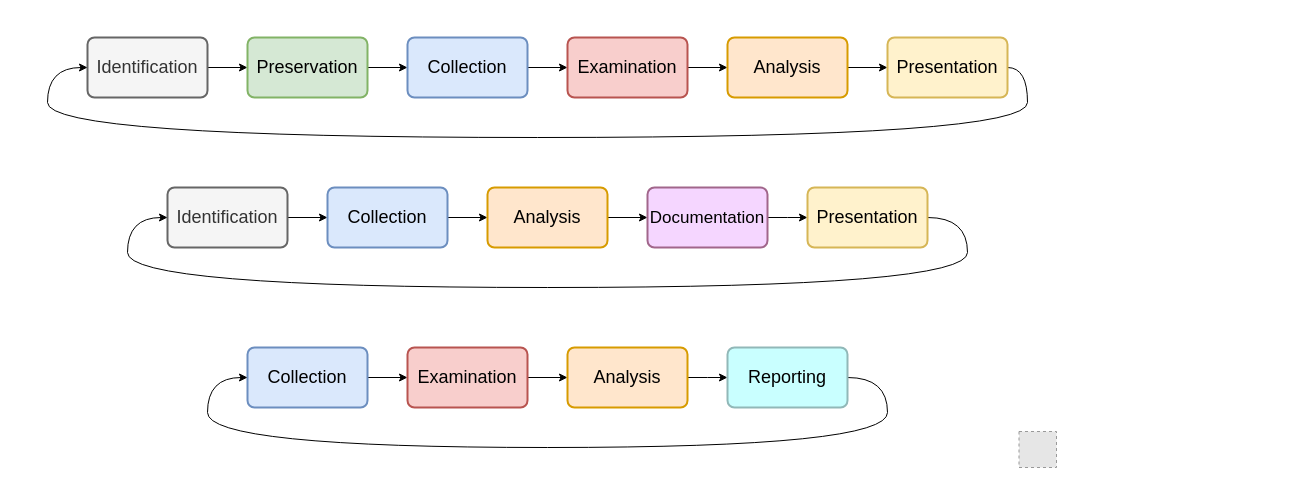
qeeqbox/digital-forensics keeps this draw.io diagram as digital-forensics.drawio. Above is the earlier version. Source tidied: cells renumbered, new cells numbered last; positions are measured from the earlier drawing's top-left corner, leaving out a move shared by most shapes. Both pictures are drawn from the tidied source at 100%, with x=0, y=0 at pixel (18, 17). Pictures stored in the file or linked from it are replaced by grey dashed boxes.
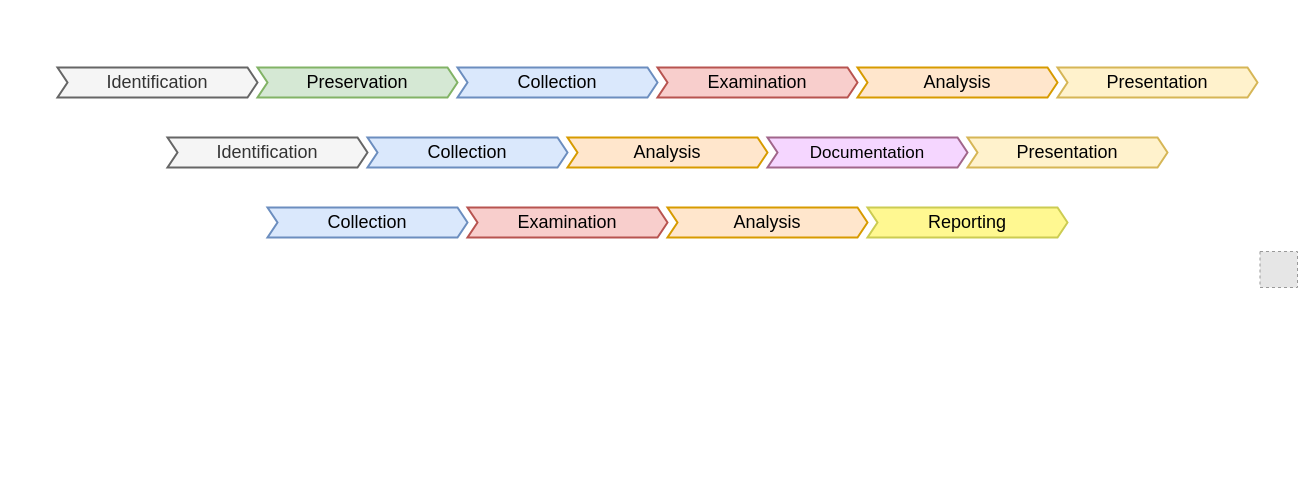
The same diagram, later.

Change to the diagram source:
```diff
@@
     <mxCell id="2" style="rounded=0;whiteSpace=wrap;html=1;fontSize=17;strokeColor=none;fillColor=#FFFFFF;" parent="1" vertex="1">
-      <mxGeometry width="1038" height="450" as="geometry" />
+      <mxGeometry x="-1" width="1280" height="270" as="geometry" />
     </mxCell>
-    <mxCell id="3" style="edgeStyle=orthogonalEdgeStyle;rounded=0;jettySize=auto;html=1;exitX=1;exitY=0.5;exitDx=0;exitDy=0;fontSize=18;entryX=0;entryY=0.5;entryDx=0;entryDy=0;" parent="1" edge="1" source="4" target="6">
-      <mxGeometry relative="1" as="geometry" />
-    </mxCell>
-    <mxCell id="4" value="Identification" style="rounded=1;whiteSpace=wrap;html=1;absoluteArcSize=1;arcSize=14;strokeWidth=2;fillColor=#f5f5f5;strokeColor=#666666;fontColor=#333333;fontSize=18;" parent="1" vertex="1">
-      <mxGeometry x="69" y="20" width="120" height="60" as="geometry" />
-    </mxCell>
-    <mxCell id="5" style="edgeStyle=orthogonalEdgeStyle;rounded=0;jettySize=auto;html=1;exitX=1;exitY=0.5;exitDx=0;exitDy=0;entryX=0;entryY=0.5;entryDx=0;entryDy=0;fontSize=18;" parent="1" edge="1" source="6" target="8">
-      <mxGeometry relative="1" as="geometry" />
-    </mxCell>
+    <mxCell id="15" style="fillColor=#E6E6E6;strokeColor=#999999;dashed=1;verticalLabelPosition=bottom;labelBackgroundColor=default;verticalAlign=top;" parent="1" vertex="1">
+      <mxGeometry x="1241.5" y="234" width="37.5" height="36" as="geometry" />
+    </mxCell>
+    <mxCell id="34" value="&lt;span style=&quot;color: rgb(51, 51, 51); font-size: 18px;&quot;&gt;Identification&lt;/span&gt;" style="shape=step;perimeter=stepPerimeter;whiteSpace=wrap;html=1;fixedSize=1;size=10;fillColor=#f5f5f5;strokeColor=#666666;fontSize=18;fontColor=#333333;fontStyle=0;align=center;rounded=0;arcSize=14;strokeWidth=2;" parent="1" vertex="1">
+      <mxGeometry x="39" y="50" width="200" height="30" as="geometry" />
+    </mxCell>
-    <mxCell id="6" value="Preservation" style="rounded=1;whiteSpace=wrap;html=1;absoluteArcSize=1;arcSize=14;strokeWidth=2;fillColor=#d5e8d4;strokeColor=#82b366;fontSize=18;" parent="1" vertex="1">
-      <mxGeometry x="229" y="20" width="120" height="60" as="geometry" />
+    <mxCell id="6" value="&lt;span style=&quot;color: rgb(0, 0, 0); font-size: 18px;&quot;&gt;Preservation&lt;/span&gt;" style="shape=step;perimeter=stepPerimeter;whiteSpace=wrap;html=1;fixedSize=1;size=10;fillColor=#d5e8d4;strokeColor=#82b366;fontSize=18;fontColor=default;fontStyle=0;align=center;rounded=0;arcSize=14;strokeWidth=2;" parent="1" vertex="1">
+      <mxGeometry x="239" y="50" width="200" height="30" as="geometry" />
     </mxCell>
-    <mxCell id="7" style="edgeStyle=orthogonalEdgeStyle;rounded=0;jettySize=auto;html=1;exitX=1;exitY=0.5;exitDx=0;exitDy=0;entryX=0;entryY=0.5;entryDx=0;entryDy=0;fontSize=18;" parent="1" edge="1" source="8" target="10">
-      <mxGeometry relative="1" as="geometry" />
-    </mxCell>
-    <mxCell id="8" value="Collection" style="rounded=1;whiteSpace=wrap;html=1;absoluteArcSize=1;arcSize=14;strokeWidth=2;fillColor=#dae8fc;strokeColor=#6c8ebf;fontSize=18;" parent="1" vertex="1">
-      <mxGeometry x="389" y="20" width="120" height="60" as="geometry" />
-    </mxCell>
-    <mxCell id="9" style="edgeStyle=orthogonalEdgeStyle;rounded=0;jettySize=auto;html=1;exitX=1;exitY=0.5;exitDx=0;exitDy=0;entryX=0;entryY=0.5;entryDx=0;entryDy=0;fontSize=18;" parent="1" edge="1" source="10" target="12">
-      <mxGeometry relative="1" as="geometry" />
-    </mxCell>
-    <mxCell id="10" value="Examination" style="rounded=1;whiteSpace=wrap;html=1;absoluteArcSize=1;arcSize=14;strokeWidth=2;fillColor=#f8cecc;strokeColor=#b85450;fontSize=18;" parent="1" vertex="1">
-      <mxGeometry x="549" y="20" width="120" height="60" as="geometry" />
-    </mxCell>
-    <mxCell id="11" style="edgeStyle=orthogonalEdgeStyle;rounded=0;jettySize=auto;html=1;exitX=1;exitY=0.5;exitDx=0;exitDy=0;entryX=0;entryY=0.5;entryDx=0;entryDy=0;fontSize=18;" parent="1" edge="1" source="12" target="14">
-      <mxGeometry relative="1" as="geometry" />
-    </mxCell>
-    <mxCell id="12" value="Analysis" style="rounded=1;whiteSpace=wrap;html=1;absoluteArcSize=1;arcSize=14;strokeWidth=2;fillColor=#ffe6cc;strokeColor=#d79b00;fontSize=18;" parent="1" vertex="1">
-      <mxGeometry x="709" y="20" width="120" height="60" as="geometry" />
-    </mxCell>
-    <mxCell id="13" style="edgeStyle=orthogonalEdgeStyle;jettySize=auto;html=1;exitX=1;exitY=0.5;exitDx=0;exitDy=0;fontSize=18;entryX=0;entryY=0.5;entryDx=0;entryDy=0;curved=1;" parent="1" edge="1" source="14" target="4">
-      <mxGeometry relative="1" as="geometry">
-        <Array as="points">
-          <mxPoint x="1009" y="50" />
-          <mxPoint x="1009" y="120" />
-          <mxPoint x="29" y="120" />
-          <mxPoint x="29" y="50" />
-        </Array>
-      </mxGeometry>
-    </mxCell>
-    <mxCell id="14" value="Presentation" style="rounded=1;whiteSpace=wrap;html=1;absoluteArcSize=1;arcSize=14;strokeWidth=2;fillColor=#fff2cc;strokeColor=#d6b656;fontSize=18;" parent="1" vertex="1">
-      <mxGeometry x="869" y="20" width="120" height="60" as="geometry" />
-    </mxCell>
-    <mxCell id="15" style="fillColor=#E6E6E6;strokeColor=#999999;dashed=1;verticalLabelPosition=bottom;labelBackgroundColor=default;verticalAlign=top;" parent="1" vertex="1">
-      <mxGeometry x="1000.5" y="414" width="37.5" height="36" as="geometry" />
-    </mxCell>
-    <mxCell id="16" style="edgeStyle=orthogonalEdgeStyle;rounded=0;jettySize=auto;html=1;exitX=1;exitY=0.5;exitDx=0;exitDy=0;fontSize=18;entryX=0;entryY=0.5;entryDx=0;entryDy=0;" parent="1" edge="1" source="17" target="19">
-      <mxGeometry relative="1" as="geometry" />
-    </mxCell>
-    <mxCell id="17" value="Identification" style="rounded=1;whiteSpace=wrap;html=1;absoluteArcSize=1;arcSize=14;strokeWidth=2;fillColor=#f5f5f5;strokeColor=#666666;fontColor=#333333;fontSize=18;" parent="1" vertex="1">
-      <mxGeometry x="149" y="170" width="120" height="60" as="geometry" />
-    </mxCell>
-    <mxCell id="18" style="edgeStyle=orthogonalEdgeStyle;rounded=0;jettySize=auto;html=1;exitX=1;exitY=0.5;exitDx=0;exitDy=0;entryX=0;entryY=0.5;entryDx=0;entryDy=0;fontSize=18;" parent="1" edge="1" source="19" target="21">
-      <mxGeometry relative="1" as="geometry" />
-    </mxCell>
-    <mxCell id="19" value="Collection" style="rounded=1;whiteSpace=wrap;html=1;absoluteArcSize=1;arcSize=14;strokeWidth=2;fillColor=#dae8fc;strokeColor=#6c8ebf;fontSize=18;" parent="1" vertex="1">
-      <mxGeometry x="309" y="170" width="120" height="60" as="geometry" />
-    </mxCell>
-    <mxCell id="20" style="edgeStyle=orthogonalEdgeStyle;rounded=0;jettySize=auto;html=1;exitX=1;exitY=0.5;exitDx=0;exitDy=0;entryX=0;entryY=0.5;entryDx=0;entryDy=0;fontSize=18;" parent="1" edge="1" source="21" target="23">
-      <mxGeometry relative="1" as="geometry" />
-    </mxCell>
-    <mxCell id="21" value="Analysis" style="rounded=1;whiteSpace=wrap;html=1;absoluteArcSize=1;arcSize=14;strokeWidth=2;fillColor=#ffe6cc;strokeColor=#d79b00;fontSize=18;" parent="1" vertex="1">
-      <mxGeometry x="469" y="170" width="120" height="60" as="geometry" />
-    </mxCell>
-    <mxCell id="22" style="edgeStyle=orthogonalEdgeStyle;rounded=0;jettySize=auto;html=1;exitX=1;exitY=0.5;exitDx=0;exitDy=0;entryX=0;entryY=0.5;entryDx=0;entryDy=0;fontSize=18;" parent="1" edge="1" source="23">
-      <mxGeometry relative="1" as="geometry">
-        <mxPoint x="789" y="200" as="targetPoint" />
-      </mxGeometry>
-    </mxCell>
+    <mxCell id="35" value="&lt;span style=&quot;color: rgb(0, 0, 0); font-size: 18px;&quot;&gt;Collection&lt;/span&gt;" style="shape=step;perimeter=stepPerimeter;whiteSpace=wrap;html=1;fixedSize=1;size=10;fillColor=#dae8fc;strokeColor=#6c8ebf;fontSize=18;fontColor=default;fontStyle=0;align=center;rounded=0;arcSize=14;strokeWidth=2;" parent="1" vertex="1">
+      <mxGeometry x="439" y="50" width="200" height="30" as="geometry" />
+    </mxCell>
+    <mxCell id="36" value="&lt;span style=&quot;color: rgb(0, 0, 0); font-size: 18px;&quot;&gt;Examination&lt;/span&gt;" style="shape=step;perimeter=stepPerimeter;whiteSpace=wrap;html=1;fixedSize=1;size=10;fillColor=#f8cecc;strokeColor=#b85450;fontSize=18;fontColor=default;fontStyle=0;align=center;rounded=0;arcSize=14;strokeWidth=2;" parent="1" vertex="1">
+      <mxGeometry x="639" y="50" width="200" height="30" as="geometry" />
+    </mxCell>
+    <mxCell id="37" value="&lt;span style=&quot;color: rgb(0, 0, 0); font-size: 18px;&quot;&gt;Analysis&lt;/span&gt;" style="shape=step;perimeter=stepPerimeter;whiteSpace=wrap;html=1;fixedSize=1;size=10;fillColor=#ffe6cc;strokeColor=#d79b00;fontSize=18;fontColor=default;fontStyle=0;align=center;rounded=0;arcSize=14;strokeWidth=2;" parent="1" vertex="1">
+      <mxGeometry x="839" y="50" width="200" height="30" as="geometry" />
+    </mxCell>
+    <mxCell id="38" value="&lt;span style=&quot;color: rgb(0, 0, 0); font-size: 18px;&quot;&gt;Presentation&lt;/span&gt;" style="shape=step;perimeter=stepPerimeter;whiteSpace=wrap;html=1;fixedSize=1;size=10;fillColor=#fff2cc;strokeColor=#d6b656;fontSize=18;fontColor=default;fontStyle=0;align=center;rounded=0;arcSize=14;strokeWidth=2;" parent="1" vertex="1">
+      <mxGeometry x="1039" y="50" width="200" height="30" as="geometry" />
+    </mxCell>
+    <mxCell id="39" value="&lt;span style=&quot;color: rgb(51, 51, 51); font-size: 18px;&quot;&gt;Identification&lt;/span&gt;" style="shape=step;perimeter=stepPerimeter;whiteSpace=wrap;html=1;fixedSize=1;size=10;fillColor=#f5f5f5;strokeColor=#666666;fontSize=18;fontColor=#333333;fontStyle=0;align=center;rounded=0;arcSize=14;strokeWidth=2;" parent="1" vertex="1">
+      <mxGeometry x="149" y="120" width="200" height="30" as="geometry" />
+    </mxCell>
+    <mxCell id="40" value="&lt;span style=&quot;color: rgb(0, 0, 0); font-size: 18px;&quot;&gt;Collection&lt;/span&gt;" style="shape=step;perimeter=stepPerimeter;whiteSpace=wrap;html=1;fixedSize=1;size=10;fillColor=#dae8fc;strokeColor=#6c8ebf;fontSize=18;fontColor=default;fontStyle=0;align=center;rounded=0;arcSize=14;strokeWidth=2;" parent="1" vertex="1">
+      <mxGeometry x="349" y="120" width="200" height="30" as="geometry" />
+    </mxCell>
+    <mxCell id="41" value="&lt;span style=&quot;color: rgb(0, 0, 0); font-size: 18px;&quot;&gt;Analysis&lt;/span&gt;" style="shape=step;perimeter=stepPerimeter;whiteSpace=wrap;html=1;fixedSize=1;size=10;fillColor=#ffe6cc;strokeColor=#d79b00;fontSize=18;fontColor=default;fontStyle=0;align=center;rounded=0;arcSize=14;strokeWidth=2;" parent="1" vertex="1">
+      <mxGeometry x="549" y="120" width="200" height="30" as="geometry" />
+    </mxCell>
+    <mxCell id="42" value="&lt;span style=&quot;color: rgb(0, 0, 0); font-size: 18px;&quot;&gt;Presentation&lt;/span&gt;" style="shape=step;perimeter=stepPerimeter;whiteSpace=wrap;html=1;fixedSize=1;size=10;fillColor=#fff2cc;strokeColor=#d6b656;fontSize=18;fontColor=default;fontStyle=0;align=center;rounded=0;arcSize=14;strokeWidth=2;" parent="1" vertex="1">
+      <mxGeometry x="949" y="120" width="200" height="30" as="geometry" />
+    </mxCell>
-    <mxCell id="23" value="&lt;font style=&quot;font-size: 17px;&quot;&gt;Documentation&lt;/font&gt;" style="rounded=1;whiteSpace=wrap;html=1;absoluteArcSize=1;arcSize=14;strokeWidth=2;fillColor=#F5D6FF;strokeColor=#A1668B;fontSize=18;" parent="1" vertex="1">
-      <mxGeometry x="629" y="170" width="120" height="60" as="geometry" />
+    <mxCell id="23" value="&lt;span style=&quot;font-size: 17px;&quot;&gt;Documentation&lt;/span&gt;" style="shape=step;perimeter=stepPerimeter;whiteSpace=wrap;html=1;fixedSize=1;size=10;fillColor=#F5D6FF;strokeColor=#A1668B;fontSize=18;fontColor=default;fontStyle=0;align=center;rounded=0;arcSize=14;strokeWidth=2;" parent="1" vertex="1">
+      <mxGeometry x="749" y="120" width="200" height="30" as="geometry" />
     </mxCell>
-    <mxCell id="24" style="edgeStyle=orthogonalEdgeStyle;jettySize=auto;html=1;exitX=1;exitY=0.5;exitDx=0;exitDy=0;fontSize=18;entryX=0;entryY=0.5;entryDx=0;entryDy=0;curved=1;" parent="1" edge="1" source="25" target="17">
-      <mxGeometry relative="1" as="geometry">
-        <Array as="points">
-          <mxPoint x="949" y="200" />
-          <mxPoint x="949" y="270" />
-          <mxPoint x="109" y="270" />
-          <mxPoint x="109" y="200" />
-        </Array>
-      </mxGeometry>
-    </mxCell>
-    <mxCell id="25" value="Presentation" style="rounded=1;whiteSpace=wrap;html=1;absoluteArcSize=1;arcSize=14;strokeWidth=2;fillColor=#fff2cc;strokeColor=#d6b656;fontSize=18;" parent="1" vertex="1">
-      <mxGeometry x="789" y="170" width="120" height="60" as="geometry" />
-    </mxCell>
-    <mxCell id="26" style="edgeStyle=orthogonalEdgeStyle;rounded=0;jettySize=auto;html=1;exitX=1;exitY=0.5;exitDx=0;exitDy=0;entryX=0;entryY=0.5;entryDx=0;entryDy=0;fontSize=18;" parent="1" edge="1" source="27" target="29">
-      <mxGeometry relative="1" as="geometry" />
-    </mxCell>
-    <mxCell id="27" value="Collection" style="rounded=1;whiteSpace=wrap;html=1;absoluteArcSize=1;arcSize=14;strokeWidth=2;fillColor=#dae8fc;strokeColor=#6c8ebf;fontSize=18;" parent="1" vertex="1">
-      <mxGeometry x="229" y="330" width="120" height="60" as="geometry" />
-    </mxCell>
-    <mxCell id="28" style="edgeStyle=orthogonalEdgeStyle;rounded=0;jettySize=auto;html=1;exitX=1;exitY=0.5;exitDx=0;exitDy=0;entryX=0;entryY=0.5;entryDx=0;entryDy=0;fontSize=18;" parent="1" edge="1" source="29" target="31">
-      <mxGeometry relative="1" as="geometry" />
-    </mxCell>
-    <mxCell id="29" value="Examination" style="rounded=1;whiteSpace=wrap;html=1;absoluteArcSize=1;arcSize=14;strokeWidth=2;fillColor=#f8cecc;strokeColor=#b85450;fontSize=18;" parent="1" vertex="1">
-      <mxGeometry x="389" y="330" width="120" height="60" as="geometry" />
-    </mxCell>
-    <mxCell id="30" style="edgeStyle=orthogonalEdgeStyle;rounded=0;jettySize=auto;html=1;exitX=1;exitY=0.5;exitDx=0;exitDy=0;entryX=0;entryY=0.5;entryDx=0;entryDy=0;fontSize=18;" parent="1" edge="1" source="31">
-      <mxGeometry relative="1" as="geometry">
-        <mxPoint x="709" y="360" as="targetPoint" />
-      </mxGeometry>
-    </mxCell>
-    <mxCell id="31" value="Analysis" style="rounded=1;whiteSpace=wrap;html=1;absoluteArcSize=1;arcSize=14;strokeWidth=2;fillColor=#ffe6cc;strokeColor=#d79b00;fontSize=18;" parent="1" vertex="1">
-      <mxGeometry x="549" y="330" width="120" height="60" as="geometry" />
-    </mxCell>
-    <mxCell id="32" style="edgeStyle=orthogonalEdgeStyle;jettySize=auto;html=1;exitX=1;exitY=0.5;exitDx=0;exitDy=0;fontSize=18;entryX=0;entryY=0.5;entryDx=0;entryDy=0;curved=1;" parent="1" edge="1" source="33" target="27">
-      <mxGeometry relative="1" as="geometry">
-        <Array as="points">
-          <mxPoint x="869" y="360" />
-          <mxPoint x="869" y="430" />
-          <mxPoint x="189" y="430" />
-          <mxPoint x="189" y="360" />
-        </Array>
-      </mxGeometry>
-    </mxCell>
+    <mxCell id="43" value="&lt;span style=&quot;color: rgb(0, 0, 0); font-size: 18px;&quot;&gt;Collection&lt;/span&gt;" style="shape=step;perimeter=stepPerimeter;whiteSpace=wrap;html=1;fixedSize=1;size=10;fillColor=#dae8fc;strokeColor=#6c8ebf;fontSize=18;fontColor=default;fontStyle=0;align=center;rounded=0;arcSize=14;strokeWidth=2;" parent="1" vertex="1">
+      <mxGeometry x="249" y="190" width="200" height="30" as="geometry" />
+    </mxCell>
+    <mxCell id="44" value="&lt;span style=&quot;&quot;&gt;Examination&lt;/span&gt;" style="shape=step;perimeter=stepPerimeter;whiteSpace=wrap;html=1;fixedSize=1;size=10;fillColor=#f8cecc;strokeColor=#b85450;fontSize=18;fontColor=default;fontStyle=0;align=center;rounded=0;arcSize=14;strokeWidth=2;" parent="1" vertex="1">
+      <mxGeometry x="449" y="190" width="200" height="30" as="geometry" />
+    </mxCell>
-    <mxCell id="33" value="Reporting" style="rounded=1;whiteSpace=wrap;html=1;absoluteArcSize=1;arcSize=14;strokeWidth=2;fillColor=#C9FFFF;strokeColor=#91B8B8;fontSize=18;" parent="1" vertex="1">
-      <mxGeometry x="709" y="330" width="120" height="60" as="geometry" />
+    <mxCell id="33" value="&lt;span style=&quot;&quot;&gt;Reporting&lt;/span&gt;" style="shape=step;perimeter=stepPerimeter;whiteSpace=wrap;html=1;fixedSize=1;size=10;fillColor=#FFF891;strokeColor=#CCCC52;fontSize=18;fontStyle=0;align=center;rounded=0;arcSize=14;strokeWidth=2;" parent="1" vertex="1">
+      <mxGeometry x="849" y="190" width="200" height="30" as="geometry" />
     </mxCell>
+    <mxCell id="45" value="&lt;span style=&quot;&quot;&gt;Analysis&lt;/span&gt;" style="shape=step;perimeter=stepPerimeter;whiteSpace=wrap;html=1;fixedSize=1;size=10;fillColor=#ffe6cc;strokeColor=#d79b00;fontSize=18;fontColor=default;fontStyle=0;align=center;rounded=0;arcSize=14;strokeWidth=2;" parent="1" vertex="1">
+      <mxGeometry x="649" y="190" width="200" height="30" as="geometry" />
+    </mxCell>
```
